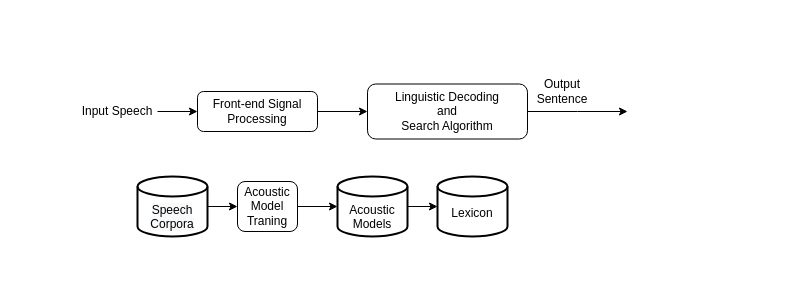
NorthQF/EddieFlowchart keeps this draw.io diagram as Untitled Diagram.drawio. Above is the earlier version. Source tidied: cells renumbered, new cells numbered last; positions are measured from the earlier drawing's top-left corner, leaving out a move shared by most shapes. Both pictures are drawn from the tidied source at 100%, with x=0, y=0 at pixel (77, 76).
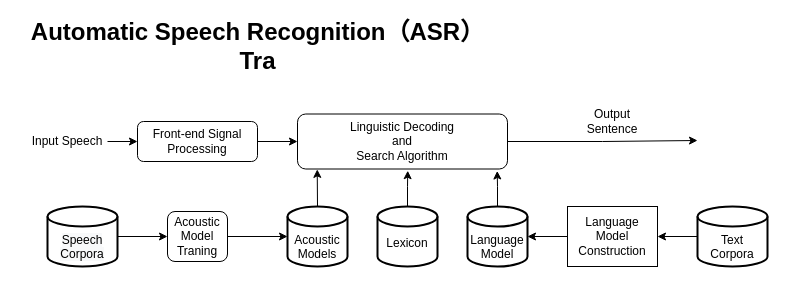
The same diagram, later.

Change to the diagram source:
```diff
@@
     <mxCell id="3" value="Input Speech" style="text;html=1;strokeColor=none;fillColor=none;align=center;verticalAlign=middle;whiteSpace=wrap;rounded=0;" parent="1" vertex="1">
-      <mxGeometry y="20" width="80" height="30" as="geometry" />
+      <mxGeometry x="-50" y="50" width="80" height="30" as="geometry" />
     </mxCell>
@@
     <mxCell id="5" value="Front-end Signal Processing" style="rounded=1;whiteSpace=wrap;html=1;fontSize=12;glass=0;strokeWidth=1;shadow=0;" parent="1" vertex="1">
-      <mxGeometry x="120" y="15" width="120" height="40" as="geometry" />
+      <mxGeometry x="60" y="45" width="120" height="40" as="geometry" />
     </mxCell>
     <mxCell id="6" style="edgeStyle=orthogonalEdgeStyle;rounded=0;jettySize=auto;html=1;exitX=1;exitY=0.5;exitDx=0;exitDy=0;" parent="1" edge="1" source="7">
       <mxGeometry relative="1" as="geometry">
-        <mxPoint x="550" y="35" as="targetPoint" />
+        <mxPoint x="620" y="64" as="targetPoint" />
       </mxGeometry>
     </mxCell>
     <mxCell id="7" value="Linguistic Decoding&lt;br&gt;and&lt;br&gt;Search Algorithm" style="rounded=1;whiteSpace=wrap;html=1;fontSize=12;glass=0;strokeWidth=1;shadow=0;" parent="1" vertex="1">
-      <mxGeometry x="290" y="7.5" width="160" height="55" as="geometry" />
+      <mxGeometry x="220" y="37.5" width="210" height="55" as="geometry" />
     </mxCell>
     <mxCell id="8" value="Output&lt;br&gt;Sentence" style="text;html=1;strokeColor=none;fillColor=none;align=center;verticalAlign=middle;whiteSpace=wrap;rounded=0;" parent="1" vertex="1">
-      <mxGeometry x="450" width="70" height="30" as="geometry" />
+      <mxGeometry x="500" y="30" width="70" height="30" as="geometry" />
     </mxCell>
@@
     <mxCell id="10" value="&lt;span style=&quot;font-family: &amp;#34;helvetica&amp;#34;&quot;&gt;Acoustic Model Traning&lt;/span&gt;" style="rounded=1;whiteSpace=wrap;html=1;fontSize=12;glass=0;strokeWidth=1;shadow=0;" parent="1" vertex="1">
-      <mxGeometry x="160" y="105" width="60" height="50" as="geometry" />
+      <mxGeometry x="90" y="135" width="60" height="50" as="geometry" />
     </mxCell>
     <mxCell id="11" style="group;" parent="1" vertex="1">
-      <mxGeometry x="60" y="100" width="70" height="60" as="geometry" />
+      <mxGeometry x="-30" y="130" width="70" height="60" as="geometry" />
     </mxCell>
@@
     <mxCell id="14" style="group;" parent="1" vertex="1">
-      <mxGeometry x="260" y="100" width="70" height="60" as="geometry" />
+      <mxGeometry x="210" y="130" width="60" height="60" as="geometry" />
     </mxCell>
     <mxCell id="15" style="strokeWidth=2;html=1;shape=mxgraph.flowchart.database;whiteSpace=wrap;" parent="14" vertex="1">
-      <mxGeometry width="70" height="60" as="geometry" />
+      <mxGeometry width="60" height="60" as="geometry" />
     </mxCell>
     <mxCell id="16" value="&lt;span style=&quot;font-family: &amp;#34;helvetica&amp;#34;&quot;&gt;Acoustic Models&lt;/span&gt;" style="text;whiteSpace=wrap;html=1;align=center;" parent="14" vertex="1">
-      <mxGeometry y="20" width="70" height="40" as="geometry" />
+      <mxGeometry y="20" width="60" height="40" as="geometry" />
     </mxCell>
@@
     <mxCell id="18" style="group;" parent="1" vertex="1">
-      <mxGeometry x="360" y="100" width="70" height="60" as="geometry" />
+      <mxGeometry x="300" y="130" width="60" height="60" as="geometry" />
     </mxCell>
     <mxCell id="19" style="strokeWidth=2;html=1;shape=mxgraph.flowchart.database;whiteSpace=wrap;" parent="18" vertex="1">
-      <mxGeometry width="70" height="60" as="geometry" />
+      <mxGeometry width="60" height="60" as="geometry" />
     </mxCell>
     <mxCell id="20" value="&lt;span style=&quot;font-family: &amp;#34;helvetica&amp;#34;&quot;&gt;Lexicon&lt;/span&gt;" style="text;whiteSpace=wrap;html=1;align=center;" parent="18" vertex="1">
-      <mxGeometry y="23" width="70" height="30" as="geometry" />
+      <mxGeometry y="23" width="60" height="30" as="geometry" />
     </mxCell>
-    <mxCell id="21" style="edgeStyle=orthogonalEdgeStyle;rounded=0;jettySize=auto;html=1;exitX=1;exitY=0.25;exitDx=0;exitDy=0;entryX=0;entryY=0.25;entryDx=0;entryDy=0;" parent="1" edge="1" source="16" target="20">
-      <mxGeometry relative="1" as="geometry" />
-    </mxCell>
+    <mxCell id="22" style="group;" parent="1" vertex="1">
+      <mxGeometry x="390" y="130" width="60" height="60" as="geometry" />
+    </mxCell>
+    <mxCell id="23" style="strokeWidth=2;html=1;shape=mxgraph.flowchart.database;whiteSpace=wrap;" parent="22" vertex="1">
+      <mxGeometry width="60" height="60" as="geometry" />
+    </mxCell>
+    <mxCell id="24" value="&lt;span style=&quot;font-family: &amp;#34;helvetica&amp;#34;&quot;&gt;Language&lt;br&gt;Model&lt;/span&gt;" style="text;whiteSpace=wrap;html=1;align=center;" parent="22" vertex="1">
+      <mxGeometry y="20" width="60" height="40" as="geometry" />
+    </mxCell>
+    <mxCell id="25" style="edgeStyle=orthogonalEdgeStyle;rounded=0;jettySize=auto;html=1;exitX=0;exitY=0.5;exitDx=0;exitDy=0;entryX=1;entryY=0.25;entryDx=0;entryDy=0;" parent="1" edge="1" source="26" target="24">
+      <mxGeometry relative="1" as="geometry" />
+    </mxCell>
+    <mxCell id="26" value="Language&lt;br&gt;Model&lt;br&gt;Construction" style="rounded=0;whiteSpace=wrap;html=1;" parent="1" vertex="1">
+      <mxGeometry x="490" y="130" width="90" height="60" as="geometry" />
+    </mxCell>
+    <mxCell id="27" style="group;" parent="1" vertex="1">
+      <mxGeometry x="620" y="130" width="70" height="60" as="geometry" />
+    </mxCell>
+    <mxCell id="28" style="strokeWidth=2;html=1;shape=mxgraph.flowchart.database;whiteSpace=wrap;" parent="27" vertex="1">
+      <mxGeometry width="70" height="60" as="geometry" />
+    </mxCell>
+    <mxCell id="29" value="&lt;font face=&quot;helvetica&quot;&gt;Text&lt;br&gt;&lt;/font&gt;Corpora" style="text;whiteSpace=wrap;html=1;align=center;" parent="27" vertex="1">
+      <mxGeometry y="20" width="70" height="40" as="geometry" />
+    </mxCell>
+    <mxCell id="30" style="edgeStyle=orthogonalEdgeStyle;rounded=0;jettySize=auto;html=1;exitX=0.5;exitY=0;exitDx=0;exitDy=0;exitPerimeter=0;entryX=0.094;entryY=1.007;entryDx=0;entryDy=0;entryPerimeter=0;" parent="1" edge="1" source="15" target="7">
+      <mxGeometry relative="1" as="geometry" />
+    </mxCell>
+    <mxCell id="31" style="edgeStyle=orthogonalEdgeStyle;rounded=0;jettySize=auto;html=1;entryX=0.525;entryY=1.031;entryDx=0;entryDy=0;entryPerimeter=0;" parent="1" edge="1" source="19" target="7">
+      <mxGeometry relative="1" as="geometry" />
+    </mxCell>
+    <mxCell id="32" style="edgeStyle=orthogonalEdgeStyle;rounded=0;jettySize=auto;html=1;entryX=0.951;entryY=1.036;entryDx=0;entryDy=0;entryPerimeter=0;" parent="1" edge="1" source="23" target="7">
+      <mxGeometry relative="1" as="geometry" />
+    </mxCell>
+    <mxCell id="33" style="edgeStyle=orthogonalEdgeStyle;rounded=0;jettySize=auto;html=1;exitX=0;exitY=0.25;exitDx=0;exitDy=0;entryX=1;entryY=0.5;entryDx=0;entryDy=0;" parent="1" edge="1" source="29" target="26">
+      <mxGeometry relative="1" as="geometry" />
+    </mxCell>
+    <mxCell id="34" value="Automatic Speech Recognition（ASR）&lt;br&gt;Tra" style="text;strokeColor=none;fillColor=none;html=1;fontSize=24;fontStyle=1;verticalAlign=middle;align=center;" parent="1" vertex="1">
+      <mxGeometry x="-60" y="-50" width="480" height="40" as="geometry" />
+    </mxCell>
```
